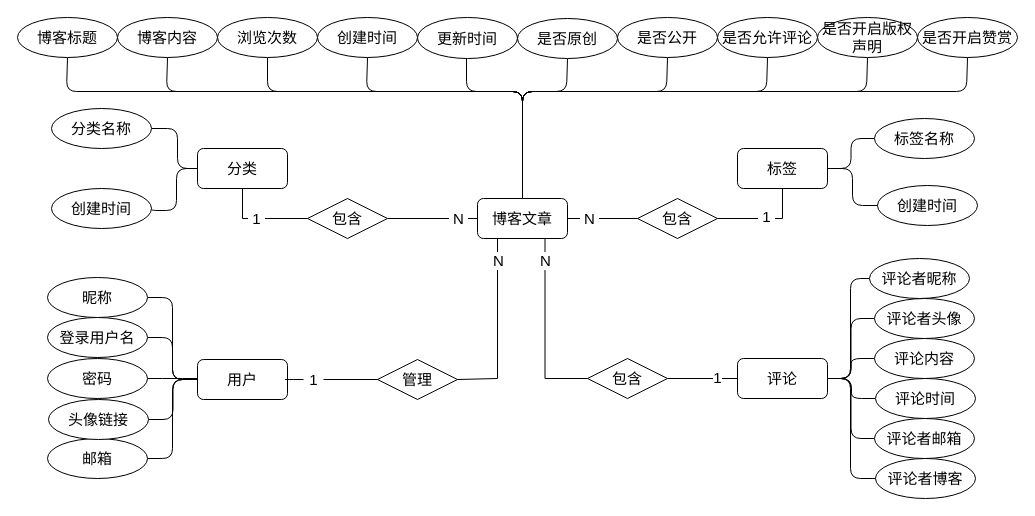
This is 实体类设计ER图.drawio from Roookie-langp/diagrams, a draw.io file, before an edit. Source tidied: cells renumbered, new cells numbered last; positions are measured from the earlier drawing's top-left corner, leaving out a move shared by most shapes. Both pictures are drawn from the tidied source at 100%, with x=0, y=0 at pixel (17, 17).
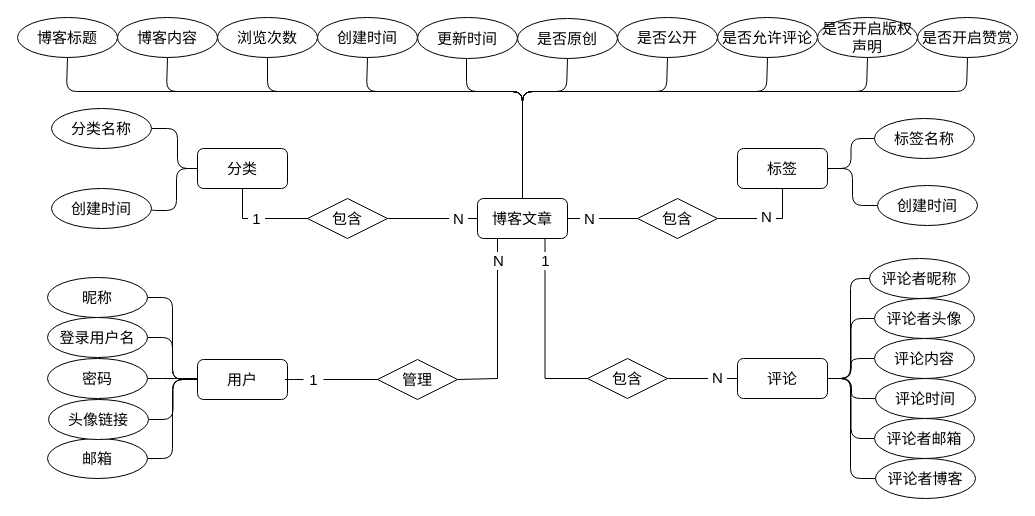
Above is the later version.

Commit message:
更新实体类设计ER图.drawio

Unchanged cells that the change refers to:
```xml
<mxCell id="11" style="edgeStyle=orthogonalEdgeStyle;rounded=0;jettySize=auto;html=1;entryX=0.5;entryY=1;entryDx=0;entryDy=0;fontSize=15;endArrow=none;endFill=0;startArrow=none;" parent="1" edge="1" source="68" target="37">
  <mxGeometry relative="1" as="geometry" />
</mxCell>
<mxCell id="30" style="edgeStyle=orthogonalEdgeStyle;rounded=0;jettySize=auto;html=1;entryX=0.75;entryY=1;entryDx=0;entryDy=0;fontSize=15;endArrow=none;endFill=0;startArrow=none;" parent="1" edge="1" source="75" target="14">
  <mxGeometry relative="1" as="geometry" />
</mxCell>
<mxCell id="76" style="edgeStyle=orthogonalEdgeStyle;rounded=0;jettySize=auto;html=1;entryX=1;entryY=0.5;entryDx=0;entryDy=0;fontSize=15;endArrow=none;endFill=0;" parent="1" edge="1" source="34" target="75">
  <mxGeometry relative="1" as="geometry" />
</mxCell>
```

What changed in the source:
```diff
@@
-    <mxCell id="12" value="&amp;nbsp;1&amp;nbsp;" style="edgeLabel;html=1;align=center;verticalAlign=middle;fontSize=15;" parent="11" vertex="1">
+    <mxCell id="12" value="&amp;nbsp;N&amp;nbsp;" style="edgeLabel;html=1;align=center;verticalAlign=middle;fontSize=15;" parent="11" vertex="1">
       <mxGeometry x="0.75" relative="1" as="geometry">
         <mxPoint x="-17" y="15" as="offset" />
       </mxGeometry>
     </mxCell>
@@
-    <mxCell id="31" value="&amp;nbsp;N&amp;nbsp;" style="edgeLabel;html=1;align=center;verticalAlign=middle;fontSize=15;" parent="30" vertex="1">
+    <mxCell id="31" value="&amp;nbsp;1&amp;nbsp;" style="edgeLabel;html=1;align=center;verticalAlign=middle;fontSize=15;" parent="30" vertex="1">
       <mxGeometry x="0.76" y="3" relative="1" as="geometry">
         <mxPoint x="3" as="offset" />
       </mxGeometry>
     </mxCell>
@@
-    <mxCell id="77" value="1" style="edgeLabel;html=1;align=center;verticalAlign=middle;fontSize=15;" parent="76" vertex="1">
+    <mxCell id="77" value="&amp;nbsp;N&amp;nbsp;" style="edgeLabel;html=1;align=center;verticalAlign=middle;fontSize=15;" parent="76" vertex="1">
       <mxGeometry x="-0.84" y="1" relative="1" as="geometry">
         <mxPoint x="-15" y="-3" as="offset" />
       </mxGeometry>
     </mxCell>
```
